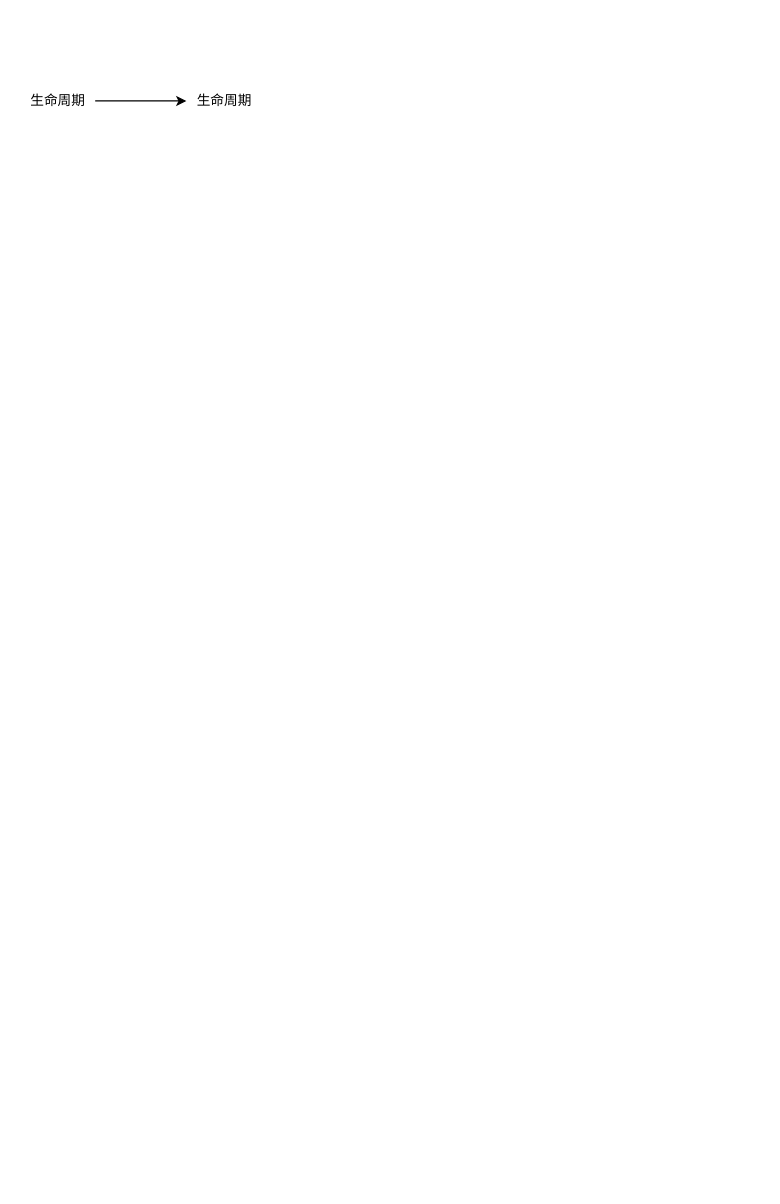
This is uniapp-basics.dio from KarmaAndEmptiness/frontend-basics, a draw.io file, before an edit. Source tidied: cells renumbered, new cells numbered last; positions are measured from the earlier drawing's top-left corner, leaving out a move shared by most shapes. Both pictures are drawn from the tidied source at 114%, with x=0, y=0 at pixel (19, 85).
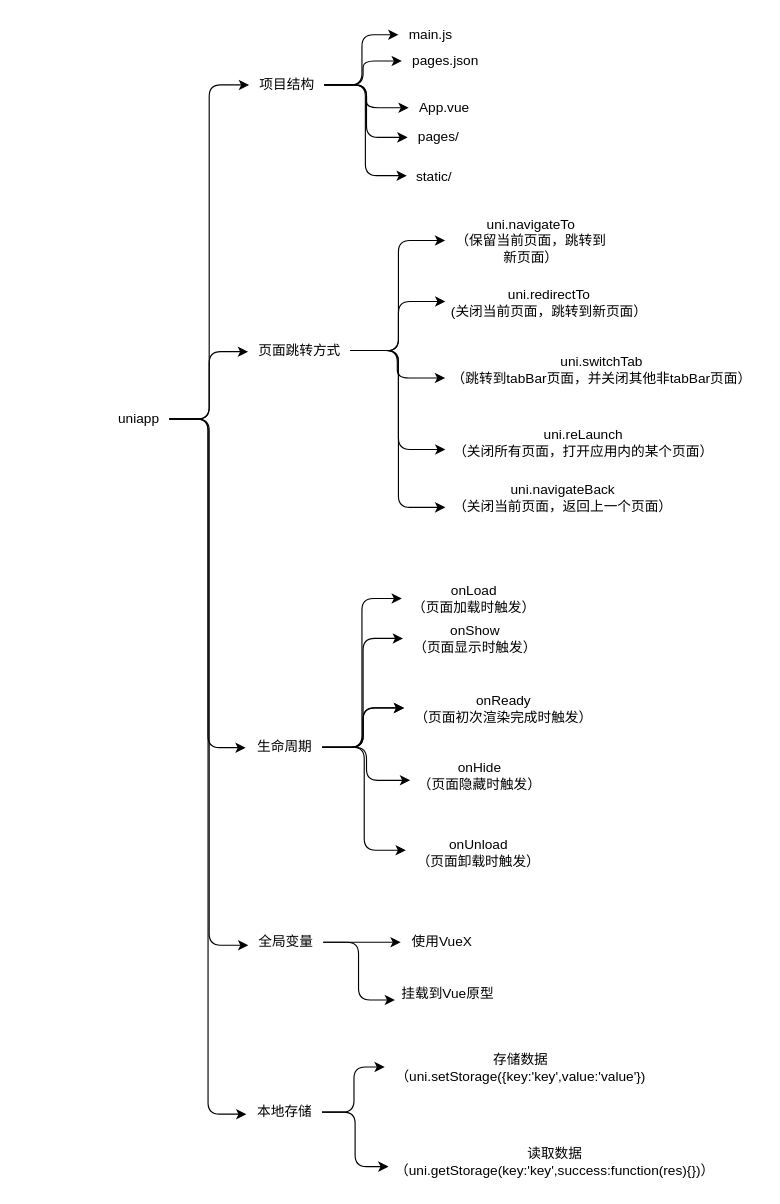
After the change.

What changed in the source:
```diff
@@
+    <mxCell id="5" style="edgeStyle=elbowEdgeStyle;html=1;" parent="1" edge="1" source="2" target="11">
+      <mxGeometry relative="1" as="geometry" />
+    </mxCell>
-    <mxCell id="2" style="edgeStyle=none;html=1;" parent="1" edge="1" source="3" target="4">
-      <mxGeometry relative="1" as="geometry" />
+    <mxCell id="2" value="uniapp" style="text;html=1;align=center;verticalAlign=middle;points=[];strokeColor=none;fillColor=none;" parent="1" vertex="1">
+      <mxGeometry x="77" y="279" width="54" height="26" as="geometry" />
     </mxCell>
-    <mxCell id="3" value="生命周期" style="text;html=1;align=center;verticalAlign=middle;points=[];strokeColor=none;fillColor=none;" parent="1" vertex="1">
-      <mxGeometry width="66" height="26" as="geometry" />
-    </mxCell>
-    <mxCell id="4" value="生命周期" style="text;html=1;align=center;verticalAlign=middle;points=[];strokeColor=none;fillColor=none;" parent="1" vertex="1">
-      <mxGeometry x="146" width="66" height="26" as="geometry" />
-    </mxCell>
+    <mxCell id="6" style="edgeStyle=elbowEdgeStyle;html=1;" parent="1" edge="1" source="11" target="12">
+      <mxGeometry relative="1" as="geometry" />
+    </mxCell>
+    <mxCell id="7" style="edgeStyle=elbowEdgeStyle;html=1;" parent="1" edge="1" source="11" target="15">
+      <mxGeometry relative="1" as="geometry" />
+    </mxCell>
+    <mxCell id="8" style="edgeStyle=elbowEdgeStyle;html=1;" parent="1" edge="1" source="11" target="13">
+      <mxGeometry relative="1" as="geometry" />
+    </mxCell>
+    <mxCell id="9" style="edgeStyle=elbowEdgeStyle;html=1;" parent="1" edge="1" source="11" target="14">
+      <mxGeometry relative="1" as="geometry" />
+    </mxCell>
+    <mxCell id="10" style="edgeStyle=elbowEdgeStyle;html=1;entryX=0.017;entryY=0.445;entryDx=0;entryDy=0;entryPerimeter=0;" parent="1" edge="1" source="11" target="16">
+      <mxGeometry relative="1" as="geometry" />
+    </mxCell>
+    <mxCell id="11" value="项目结构" style="text;html=1;align=center;verticalAlign=middle;points=[];strokeColor=none;fillColor=none;" parent="1" vertex="1">
+      <mxGeometry x="201" y="-14" width="66" height="26" as="geometry" />
+    </mxCell>
+    <mxCell id="12" value="main.js" style="text;html=1;align=center;verticalAlign=middle;points=[];strokeColor=none;fillColor=none;" parent="1" vertex="1">
+      <mxGeometry x="332" y="-58" width="56" height="26" as="geometry" />
+    </mxCell>
+    <mxCell id="13" value="pages.json" style="text;html=1;align=center;verticalAlign=middle;points=[];strokeColor=none;fillColor=none;" parent="1" vertex="1">
+      <mxGeometry x="335" y="-35" width="76" height="26" as="geometry" />
+    </mxCell>
+    <mxCell id="14" value="App.vue" style="text;html=1;align=center;verticalAlign=middle;points=[];strokeColor=none;fillColor=none;" parent="1" vertex="1">
+      <mxGeometry x="341" y="6" width="62" height="26" as="geometry" />
+    </mxCell>
+    <mxCell id="15" value="pages/" style="text;html=1;align=center;verticalAlign=middle;points=[];strokeColor=none;fillColor=none;" parent="1" vertex="1">
+      <mxGeometry x="340" y="32" width="54" height="26" as="geometry" />
+    </mxCell>
+    <mxCell id="16" value="static/" style="text;html=1;align=center;verticalAlign=middle;points=[];strokeColor=none;fillColor=none;" parent="1" vertex="1">
+      <mxGeometry x="338.5" y="67" width="49" height="26" as="geometry" />
+    </mxCell>
+    <mxCell id="17" style="edgeStyle=elbowEdgeStyle;html=1;" parent="1" edge="1" source="18" target="19">
+      <mxGeometry relative="1" as="geometry" />
+    </mxCell>
+    <mxCell id="18" value="页面跳转方式" style="text;html=1;align=center;verticalAlign=middle;points=[];strokeColor=none;fillColor=none;" parent="1" vertex="1">
+      <mxGeometry x="200" y="219" width="90" height="26" as="geometry" />
+    </mxCell>
+    <mxCell id="19" value="uni.navigateTo&lt;br&gt;（保留当前页面，跳转到&lt;div&gt;新页面）&lt;/div&gt;" style="text;html=1;align=center;verticalAlign=middle;points=[];strokeColor=none;fillColor=none;" parent="1" vertex="1">
+      <mxGeometry x="373" y="108" width="150" height="55" as="geometry" />
+    </mxCell>
+    <mxCell id="20" value="uni.redirectTo&lt;div&gt;(关闭当前页面，跳转到新页面）&lt;/div&gt;" style="text;html=1;align=center;verticalAlign=middle;points=[];strokeColor=none;fillColor=none;" parent="1" vertex="1">
+      <mxGeometry x="369" y="169" width="190" height="41" as="geometry" />
+    </mxCell>
+    <mxCell id="21" value="uni.switchTab&lt;div&gt;（跳转到tabBar页面，并关闭其他非tabBar页面）&lt;/div&gt;" style="text;html=1;align=center;verticalAlign=middle;points=[];strokeColor=none;fillColor=none;" parent="1" vertex="1">
+      <mxGeometry x="369" y="228" width="281" height="41" as="geometry" />
+    </mxCell>
+    <mxCell id="22" value="uni.reLaunch&lt;div&gt;（关闭所有页面，打开应用内的某个页面）&lt;/div&gt;" style="text;html=1;align=center;verticalAlign=middle;points=[];strokeColor=none;fillColor=none;" parent="1" vertex="1">
+      <mxGeometry x="370.5" y="292" width="246" height="41" as="geometry" />
+    </mxCell>
+    <mxCell id="23" value="uni.navigateBack&lt;div&gt;（关闭当前页面，返回上一个页面）&lt;/div&gt;" style="text;html=1;align=center;verticalAlign=middle;points=[];strokeColor=none;fillColor=none;" parent="1" vertex="1">
+      <mxGeometry x="371" y="340" width="210" height="41" as="geometry" />
+    </mxCell>
+    <mxCell id="24" style="edgeStyle=elbowEdgeStyle;html=1;entryX=0.022;entryY=0.488;entryDx=0;entryDy=0;entryPerimeter=0;" parent="1" edge="1" source="18" target="20">
+      <mxGeometry relative="1" as="geometry" />
+    </mxCell>
+    <mxCell id="25" style="edgeStyle=elbowEdgeStyle;html=1;entryX=0.014;entryY=0.684;entryDx=0;entryDy=0;entryPerimeter=0;" parent="1" edge="1" source="18" target="21">
+      <mxGeometry relative="1" as="geometry" />
+    </mxCell>
+    <mxCell id="26" style="edgeStyle=elbowEdgeStyle;html=1;entryX=0.011;entryY=0.653;entryDx=0;entryDy=0;entryPerimeter=0;" parent="1" edge="1" source="18" target="22">
+      <mxGeometry relative="1" as="geometry" />
+    </mxCell>
+    <mxCell id="27" style="edgeStyle=elbowEdgeStyle;html=1;entryX=0.01;entryY=0.721;entryDx=0;entryDy=0;entryPerimeter=0;" parent="1" edge="1" source="18" target="23">
+      <mxGeometry relative="1" as="geometry" />
+    </mxCell>
+    <mxCell id="28" style="edgeStyle=elbowEdgeStyle;html=1;entryX=0.001;entryY=0.538;entryDx=0;entryDy=0;entryPerimeter=0;" parent="1" edge="1" source="2" target="18">
+      <mxGeometry relative="1" as="geometry" />
+    </mxCell>
+    <mxCell id="29" style="edgeStyle=elbowEdgeStyle;html=1;" parent="1" edge="1" source="33" target="34">
+      <mxGeometry relative="1" as="geometry" />
+    </mxCell>
+    <mxCell id="30" style="edgeStyle=elbowEdgeStyle;html=1;" parent="1" edge="1" source="33" target="36">
+      <mxGeometry relative="1" as="geometry" />
+    </mxCell>
+    <mxCell id="31" style="edgeStyle=elbowEdgeStyle;html=1;" parent="1" edge="1" source="33" target="36">
+      <mxGeometry relative="1" as="geometry" />
+    </mxCell>
+    <mxCell id="32" style="edgeStyle=elbowEdgeStyle;html=1;" parent="1" edge="1" source="33" target="35">
+      <mxGeometry relative="1" as="geometry" />
+    </mxCell>
+    <mxCell id="33" value="生命周期" style="text;html=1;align=center;verticalAlign=middle;points=[];strokeColor=none;fillColor=none;" parent="1" vertex="1">
+      <mxGeometry x="199" y="567" width="66" height="26" as="geometry" />
+    </mxCell>
+    <mxCell id="34" value="onLoad&lt;br&gt;（页面加载时触发）" style="text;html=1;align=center;verticalAlign=middle;points=[];strokeColor=none;fillColor=none;" parent="1" vertex="1">
+      <mxGeometry x="335" y="429" width="126" height="41" as="geometry" />
+    </mxCell>
+    <mxCell id="35" value="onShow&lt;div&gt;（页面显示时触发）&lt;/div&gt;" style="text;html=1;align=center;verticalAlign=middle;points=[];strokeColor=none;fillColor=none;" parent="1" vertex="1">
+      <mxGeometry x="336" y="464" width="126" height="41" as="geometry" />
+    </mxCell>
+    <mxCell id="36" value="onReady&lt;div&gt;（页面初次渲染完成时触发）&lt;/div&gt;" style="text;html=1;align=center;verticalAlign=middle;points=[];strokeColor=none;fillColor=none;" parent="1" vertex="1">
+      <mxGeometry x="337" y="525" width="174" height="41" as="geometry" />
+    </mxCell>
+    <mxCell id="37" value="onHide&lt;div&gt;（页面隐藏时触发）&lt;/div&gt;" style="text;html=1;align=center;verticalAlign=middle;points=[];strokeColor=none;fillColor=none;" parent="1" vertex="1">
+      <mxGeometry x="340" y="584" width="126" height="41" as="geometry" />
+    </mxCell>
+    <mxCell id="38" value="onUnload&lt;div&gt;（页面卸载时触发）&lt;/div&gt;" style="text;html=1;align=center;verticalAlign=middle;points=[];strokeColor=none;fillColor=none;" parent="1" vertex="1">
+      <mxGeometry x="339" y="652" width="126" height="41" as="geometry" />
+    </mxCell>
+    <mxCell id="39" style="edgeStyle=elbowEdgeStyle;html=1;entryX=0.018;entryY=0.61;entryDx=0;entryDy=0;entryPerimeter=0;" parent="1" edge="1" source="33" target="37">
+      <mxGeometry relative="1" as="geometry" />
+    </mxCell>
+    <mxCell id="40" style="edgeStyle=elbowEdgeStyle;html=1;entryX=-0.004;entryY=0.447;entryDx=0;entryDy=0;entryPerimeter=0;" parent="1" edge="1" source="33" target="38">
+      <mxGeometry relative="1" as="geometry" />
+    </mxCell>
+    <mxCell id="41" style="edgeStyle=elbowEdgeStyle;html=1;entryX=-0.015;entryY=0.513;entryDx=0;entryDy=0;entryPerimeter=0;" parent="1" edge="1" source="2" target="33">
+      <mxGeometry relative="1" as="geometry" />
+    </mxCell>
+    <mxCell id="42" style="edgeStyle=elbowEdgeStyle;html=1;" parent="1" edge="1" source="43" target="44">
+      <mxGeometry relative="1" as="geometry" />
+    </mxCell>
+    <mxCell id="43" value="全局变量" style="text;html=1;align=center;verticalAlign=middle;points=[];strokeColor=none;fillColor=none;" parent="1" vertex="1">
+      <mxGeometry x="200" y="738" width="66" height="26" as="geometry" />
+    </mxCell>
+    <mxCell id="44" value="使用VueX" style="text;html=1;align=center;verticalAlign=middle;points=[];strokeColor=none;fillColor=none;" parent="1" vertex="1">
+      <mxGeometry x="334" y="738" width="71" height="26" as="geometry" />
+    </mxCell>
+    <mxCell id="45" value="挂载到Vue原型" style="text;html=1;align=center;verticalAlign=middle;points=[];strokeColor=none;fillColor=none;" parent="1" vertex="1">
+      <mxGeometry x="325" y="783" width="99" height="26" as="geometry" />
+    </mxCell>
+    <mxCell id="46" style="edgeStyle=elbowEdgeStyle;html=1;entryX=0.04;entryY=0.718;entryDx=0;entryDy=0;entryPerimeter=0;" parent="1" edge="1" source="43" target="45">
+      <mxGeometry relative="1" as="geometry" />
+    </mxCell>
+    <mxCell id="47" style="edgeStyle=elbowEdgeStyle;html=1;entryX=0.005;entryY=0.603;entryDx=0;entryDy=0;entryPerimeter=0;" parent="1" edge="1" source="2" target="43">
+      <mxGeometry relative="1" as="geometry" />
+    </mxCell>
+    <mxCell id="48" style="edgeStyle=elbowEdgeStyle;html=1;" parent="1" edge="1" source="49" target="50">
+      <mxGeometry relative="1" as="geometry" />
+    </mxCell>
+    <mxCell id="49" value="本地存储" style="text;html=1;align=center;verticalAlign=middle;points=[];strokeColor=none;fillColor=none;" parent="1" vertex="1">
+      <mxGeometry x="199" y="887" width="66" height="26" as="geometry" />
+    </mxCell>
+    <mxCell id="50" value="存储数据&lt;div&gt;（uni.setStorage({key:'key',value:'value'})&lt;/div&gt;" style="text;html=1;align=center;verticalAlign=middle;points=[];strokeColor=none;fillColor=none;" parent="1" vertex="1">
+      <mxGeometry x="320" y="840" width="237" height="41" as="geometry" />
+    </mxCell>
+    <mxCell id="51" value="读取数据&lt;div&gt;（uni.getStorage(key:'key',success:function(res){})）&lt;/div&gt;" style="text;html=1;align=center;verticalAlign=middle;points=[];strokeColor=none;fillColor=none;" parent="1" vertex="1">
+      <mxGeometry x="320" y="923" width="298" height="41" as="geometry" />
+    </mxCell>
+    <mxCell id="52" style="edgeStyle=elbowEdgeStyle;html=1;entryX=0.011;entryY=0.606;entryDx=0;entryDy=0;entryPerimeter=0;" parent="1" edge="1" source="49" target="51">
+      <mxGeometry relative="1" as="geometry" />
+    </mxCell>
+    <mxCell id="53" style="edgeStyle=elbowEdgeStyle;html=1;entryX=-0.005;entryY=0.571;entryDx=0;entryDy=0;entryPerimeter=0;" parent="1" edge="1" source="2" target="49">
+      <mxGeometry relative="1" as="geometry" />
+    </mxCell>
```
